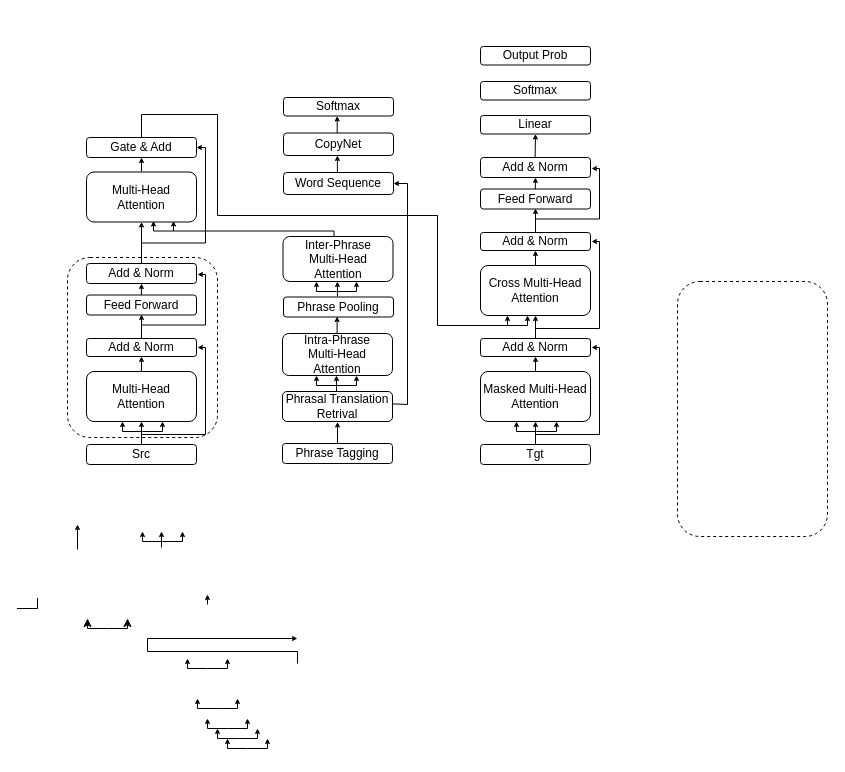
The draw.io diagram phraseNMT.drawio in lizezhonglaile/drawio, before the edit. Source tidied: cells renumbered, new cells numbered last; positions are measured from the earlier drawing's top-left corner, leaving out a move shared by most shapes. Both pictures are drawn from the tidied source at 100%, with x=0, y=0 at pixel (17, 46).
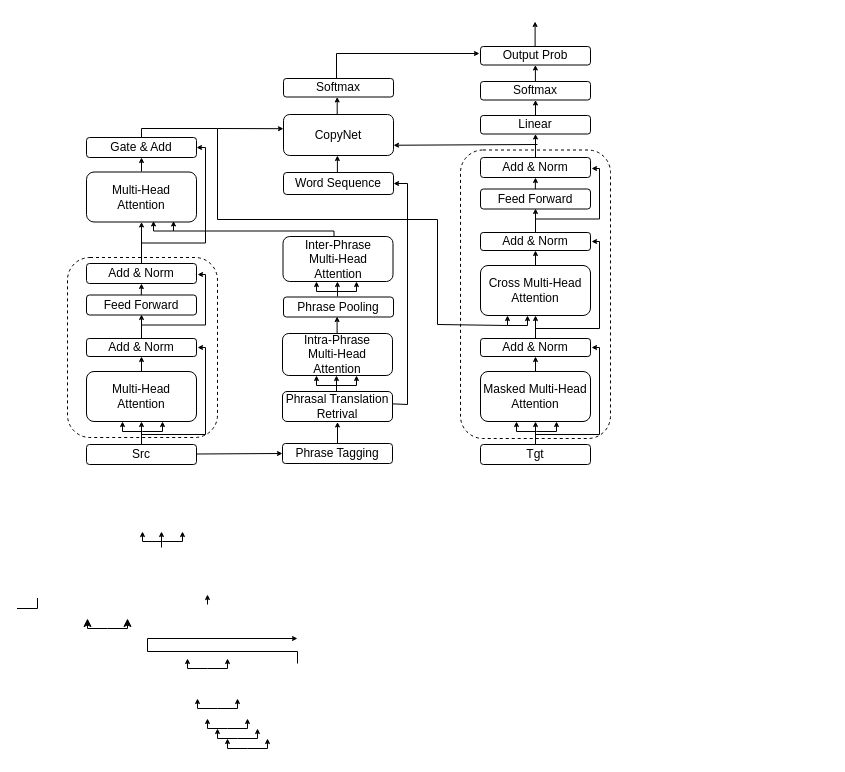
The same page after the edit.

The change refers to these unchanged cells:
```xml
<mxCell id="26" value="Linear" style="rounded=1;whiteSpace=wrap;html=1;" parent="1" vertex="1">
  <mxGeometry x="463" y="69" width="110" height="18.5" as="geometry" />
</mxCell>
<mxCell id="27" value="Softmax" style="rounded=1;whiteSpace=wrap;html=1;" parent="1" vertex="1">
  <mxGeometry x="463" y="35" width="110" height="18.5" as="geometry" />
</mxCell>
<mxCell id="37" value="Phrase Tagging" style="rounded=1;whiteSpace=wrap;html=1;" parent="1" vertex="1">
  <mxGeometry x="265" y="397" width="110" height="20" as="geometry" />
</mxCell>
<mxCell id="38" value="Gate &amp;amp; Add" style="rounded=1;whiteSpace=wrap;html=1;" parent="1" vertex="1">
  <mxGeometry x="69" y="91" width="110" height="20" as="geometry" />
</mxCell>
<mxCell id="55" value="Add &amp;amp; Norm" style="rounded=1;whiteSpace=wrap;html=1;" parent="1" vertex="1">
  <mxGeometry x="463" y="111" width="110" height="20" as="geometry" />
</mxCell>
```

Change to the diagram source:
```diff
@@
     <mxCell id="16" style="edgeStyle=orthogonalEdgeStyle;rounded=0;orthogonalLoop=1;jettySize=auto;html=1;exitX=0.5;exitY=0;exitDx=0;exitDy=0;entryX=0.5;entryY=1;entryDx=0;entryDy=0;endSize=3;startSize=3;" parent="1" edge="1">
       <mxGeometry relative="1" as="geometry">
-        <mxPoint x="60" y="503" as="sourcePoint" />
-        <mxPoint x="60" y="478" as="targetPoint" />
+        <mxPoint x="517.9" y="43.5" as="sourcePoint" />
+        <mxPoint x="517.9" y="18.5" as="targetPoint" />
       </mxGeometry>
     </mxCell>
@@
-    <mxCell id="20" style="edgeStyle=orthogonalEdgeStyle;rounded=0;jettySize=auto;html=1;exitX=0.5;exitY=0;exitDx=0;exitDy=0;entryX=0.5;entryY=1;entryDx=0;entryDy=0;endSize=3;startSize=3;" parent="1" edge="1" target="26">
-      <mxGeometry relative="1" as="geometry">
-        <mxPoint x="517.6" y="111" as="sourcePoint" />
-      </mxGeometry>
+    <mxCell id="20" style="edgeStyle=orthogonalEdgeStyle;rounded=0;jettySize=auto;html=1;exitX=0.5;exitY=0;exitDx=0;exitDy=0;entryX=0.5;entryY=1;entryDx=0;entryDy=0;endSize=3;startSize=3;" parent="1" edge="1" source="55" target="26">
+      <mxGeometry relative="1" as="geometry" />
     </mxCell>
     <mxCell id="21" style="rounded=1;whiteSpace=wrap;html=1;fontSize=4;dashed=1;fillColor=none;" parent="1" vertex="1">
-      <mxGeometry x="660" y="235" width="150" height="255" as="geometry" />
+      <mxGeometry x="443" y="103.5" width="150" height="288.5" as="geometry" />
     </mxCell>
@@
     <mxCell id="28" value="CopyNet" style="rounded=1;whiteSpace=wrap;html=1;" parent="1" vertex="1">
-      <mxGeometry x="266" y="86.5" width="110" height="22.5" as="geometry" />
+      <mxGeometry x="266" y="68" width="110" height="41" as="geometry" />
     </mxCell>
     <mxCell id="29" value="Softmax" style="rounded=1;whiteSpace=wrap;html=1;" parent="1" vertex="1">
-      <mxGeometry x="266" y="51" width="110" height="18.5" as="geometry" />
+      <mxGeometry x="266" y="32" width="110" height="18.5" as="geometry" />
     </mxCell>
@@
     <mxCell id="34" style="endArrow=classic;html=1;rounded=0;fontSize=4;startSize=3;endSize=3;jumpSize=3;entryX=0.5;entryY=1;entryDx=0;entryDy=0;" parent="1" edge="1">
       <mxGeometry relative="1" as="geometry">
-        <mxPoint x="319.7" y="86.5" as="sourcePoint" />
-        <mxPoint x="319.7" y="69.5" as="targetPoint" />
+        <mxPoint x="319.7" y="67.5" as="sourcePoint" />
+        <mxPoint x="319.7" y="50.5" as="targetPoint" />
       </mxGeometry>
     </mxCell>
@@
-    <mxCell id="74" style="endArrow=none;startArrow=none;html=1;rounded=0;fontSize=4;startSize=3;endSize=3;jumpSize=3;endFill=0;startFill=0;" parent="1" edge="1">
+    <mxCell id="74" style="endArrow=none;startArrow=none;html=1;rounded=0;fontSize=4;startSize=3;endSize=3;jumpSize=3;endFill=0;startFill=0;exitX=0.5;exitY=0;exitDx=0;exitDy=0;" parent="1" edge="1" source="38">
       <mxGeometry relative="1" as="geometry">
-        <mxPoint x="124" y="91.5" as="sourcePoint" />
         <mxPoint x="490" y="279" as="targetPoint" />
         <Array as="points">
-          <mxPoint x="124" y="68" />
-          <mxPoint x="200" y="68" />
-          <mxPoint x="200" y="169" />
-          <mxPoint x="420" y="169" />
-          <mxPoint x="420" y="279" />
+          <mxPoint x="124" y="82" />
+          <mxPoint x="200" y="82" />
+          <mxPoint x="200" y="173" />
+          <mxPoint x="420" y="173" />
+          <mxPoint x="420" y="278" />
         </Array>
       </mxGeometry>
     </mxCell>
+    <mxCell id="75" style="edgeStyle=orthogonalEdgeStyle;rounded=0;orthogonalLoop=1;jettySize=auto;html=1;endSize=3;startSize=3;" parent="1" edge="1">
+      <mxGeometry relative="1" as="geometry">
+        <mxPoint x="319" y="32" as="sourcePoint" />
+        <mxPoint x="462" y="7" as="targetPoint" />
+        <Array as="points">
+          <mxPoint x="319" y="7" />
+        </Array>
+      </mxGeometry>
+    </mxCell>
+    <mxCell id="76" style="edgeStyle=orthogonalEdgeStyle;rounded=0;jettySize=auto;html=1;endSize=3;startSize=3;entryX=0.5;entryY=1;entryDx=0;entryDy=0;" parent="1" edge="1" target="27">
+      <mxGeometry relative="1" as="geometry">
+        <mxPoint x="517" y="69" as="sourcePoint" />
+      </mxGeometry>
+    </mxCell>
+    <mxCell id="77" style="edgeStyle=orthogonalEdgeStyle;rounded=0;orthogonalLoop=1;jettySize=auto;html=1;exitX=0.5;exitY=0;exitDx=0;exitDy=0;entryX=0.5;entryY=1;entryDx=0;entryDy=0;endSize=3;startSize=3;" parent="1" edge="1">
+      <mxGeometry relative="1" as="geometry">
+        <mxPoint x="517.6" as="sourcePoint" />
+        <mxPoint x="517.6" y="-25" as="targetPoint" />
+      </mxGeometry>
+    </mxCell>
+    <mxCell id="78" style="endArrow=classic;html=1;rounded=0;fontSize=4;startSize=3;endSize=3;jumpSize=3;entryX=0;entryY=0.25;entryDx=0;entryDy=0;" parent="1" edge="1">
+      <mxGeometry relative="1" as="geometry">
+        <mxPoint x="200" y="82" as="sourcePoint" />
+        <mxPoint x="266" y="82.2" as="targetPoint" />
+      </mxGeometry>
+    </mxCell>
+    <mxCell id="79" style="endArrow=classic;html=1;rounded=0;fontSize=4;startSize=3;endSize=3;jumpSize=3;entryX=1;entryY=0.75;entryDx=0;entryDy=0;" parent="1" edge="1" target="28">
+      <mxGeometry relative="1" as="geometry">
+        <mxPoint x="520" y="98" as="sourcePoint" />
+      </mxGeometry>
+    </mxCell>
+    <mxCell id="80" style="endArrow=classic;html=1;rounded=0;fontSize=4;startSize=3;endSize=3;jumpSize=3;entryX=0;entryY=0.5;entryDx=0;entryDy=0;" parent="1" edge="1" target="37">
+      <mxGeometry relative="1" as="geometry">
+        <mxPoint x="179" y="407.5" as="sourcePoint" />
+      </mxGeometry>
+    </mxCell>
```
